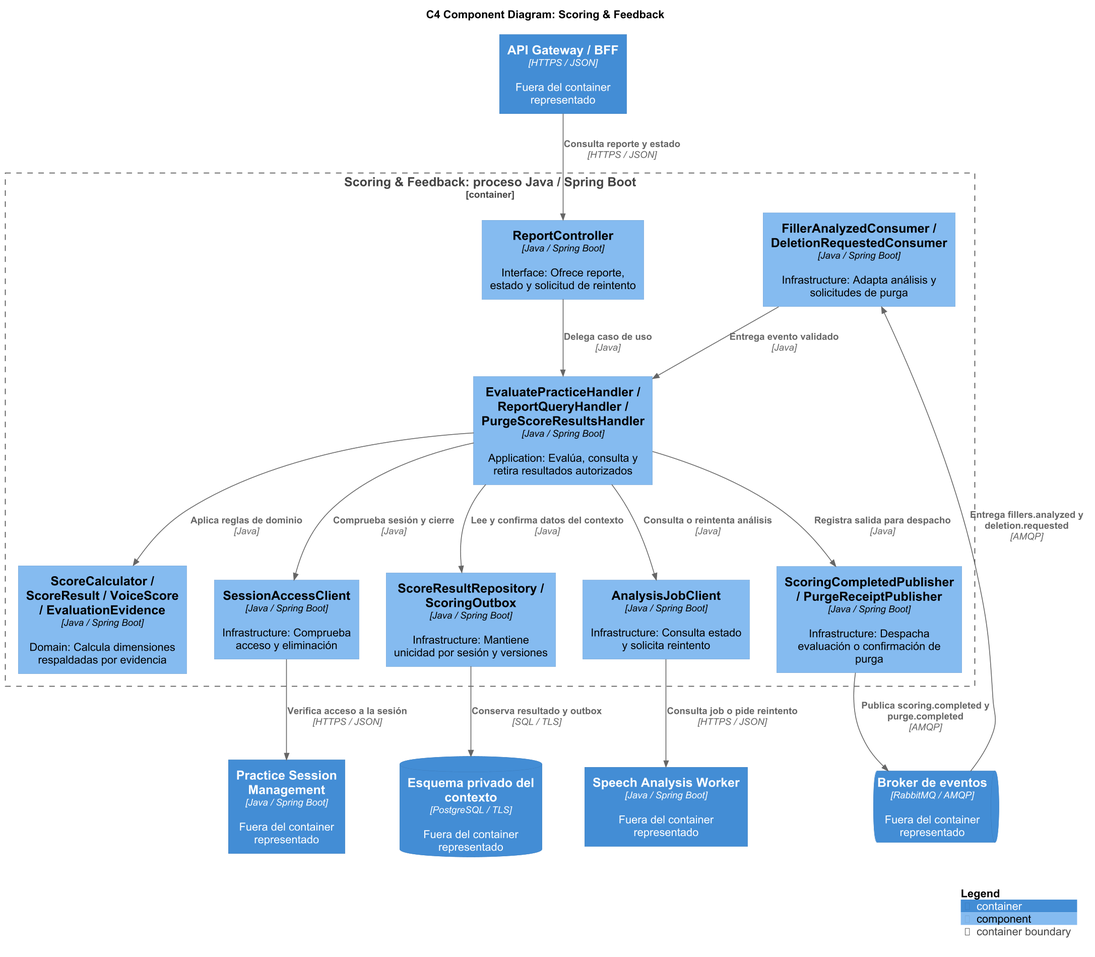
This is assets/diagrams/tactical/03-scoring-feedback-components.png from upc-pre-202620-si728-16365-thropic/talki-project-report, a PlantUML export, as it was before one commit.
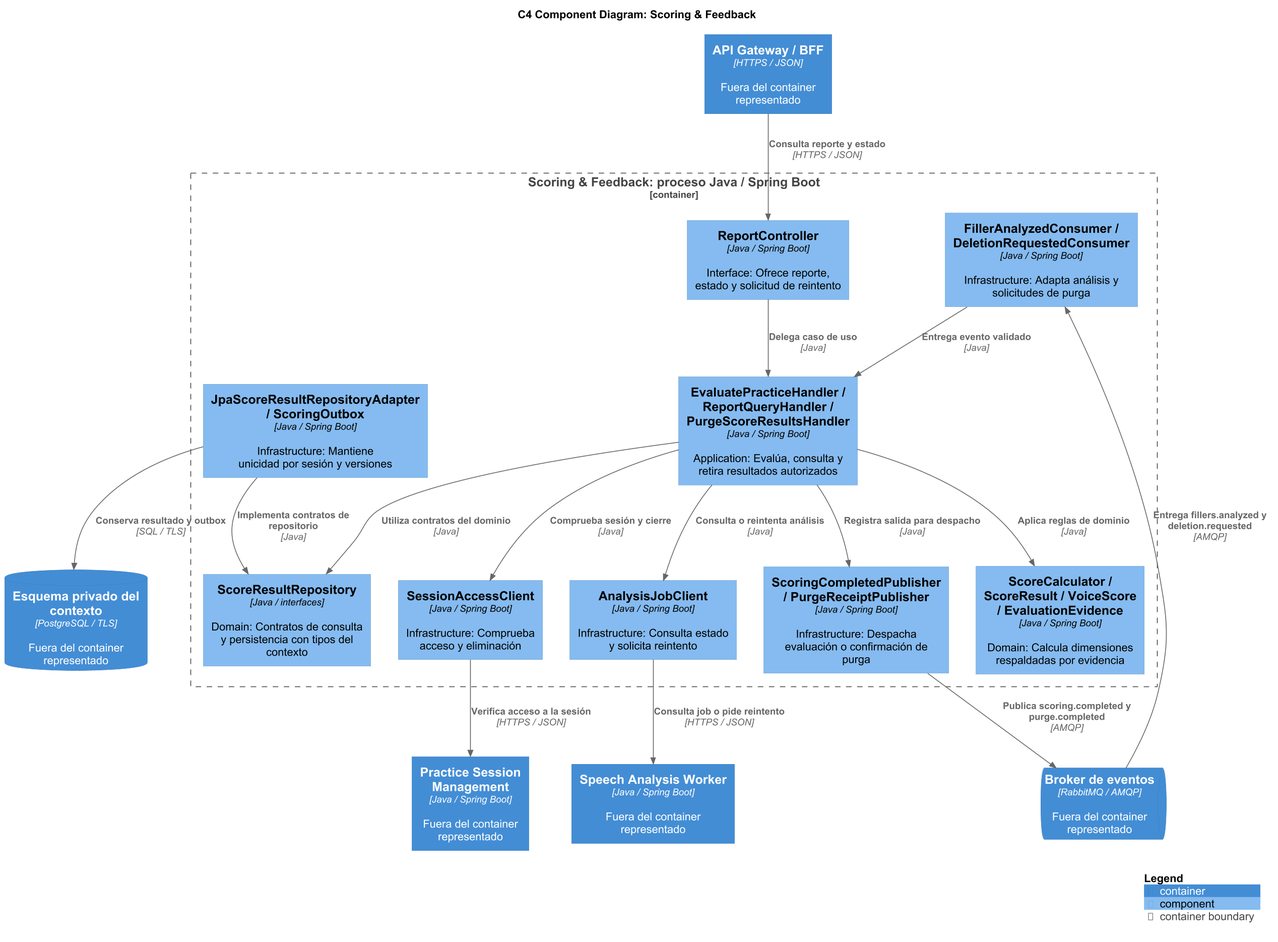
Later version of the same file.

Change to the diagram source:
```diff
@@ -14,7 +14,8 @@
   Component(api, "ReportController", "Java / Spring Boot", "Interface: Ofrece reporte, estado y solicitud de reintento")
   Component(app, "EvaluatePracticeHandler / ReportQueryHandler / PurgeScoreResultsHandler", "Java / Spring Boot", "Application: Evalúa, consulta y retira resultados autorizados")
   Component(rules, "ScoreCalculator / ScoreResult / VoiceScore / EvaluationEvidence", "Java / Spring Boot", "Domain: Calcula dimensiones respaldadas por evidencia")
-  Component(repo, "ScoreResultRepository / ScoringOutbox", "Java / Spring Boot", "Infrastructure: Mantiene unicidad por sesión y versiones")
+  Component(ports, "ScoreResultRepository", "Java / interfaces", "Domain: Contratos de consulta y persistencia con tipos del contexto")
+  Component(repo, "JpaScoreResultRepositoryAdapter / ScoringOutbox", "Java / Spring Boot", "Infrastructure: Mantiene unicidad por sesión y versiones")
   Component(publisher, "ScoringCompletedPublisher / PurgeReceiptPublisher", "Java / Spring Boot", "Infrastructure: Despacha evaluación o confirmación de purga")
   Component(sessionClient, "SessionAccessClient", "Java / Spring Boot", "Infrastructure: Comprueba acceso y eliminación")
   Component(analysisClient, "AnalysisJobClient", "Java / Spring Boot", "Infrastructure: Consulta estado y solicita reintento")
@@ -22,7 +23,8 @@
 Rel(api, app, "Delega caso de uso", "Java")
 Rel(consumer, app, "Entrega evento validado", "Java")
 Rel(app, rules, "Aplica reglas de dominio", "Java")
-Rel(app, repo, "Lee y confirma datos del contexto", "Java")
+Rel(app, ports, "Utiliza contratos del dominio", "Java")
+Rel(repo, ports, "Implementa contratos de repositorio", "Java")
 Rel(app, sessionClient, "Comprueba sesión y cierre", "Java")
 Rel(app, analysisClient, "Consulta o reintenta análisis", "Java")
 Rel(app, publisher, "Registra salida para despacho", "Java")
```
